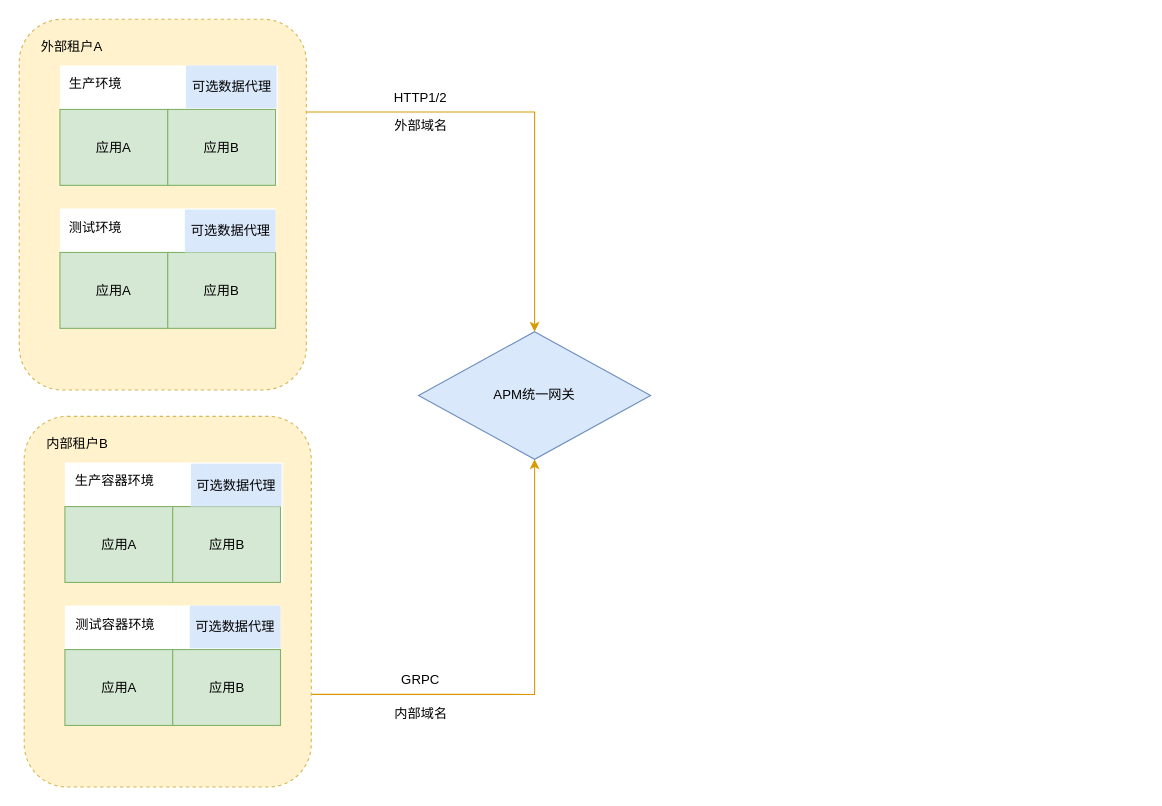
sunface/draw.io keeps this draw.io diagram as Untitled Diagram.drawio. Above is the earlier version. Source tidied: cells renumbered, new cells numbered last; positions are measured from the earlier drawing's top-left corner, leaving out a move shared by most shapes. Both pictures are drawn from the tidied source at 110%, with x=0, y=0 at pixel (19, 19).
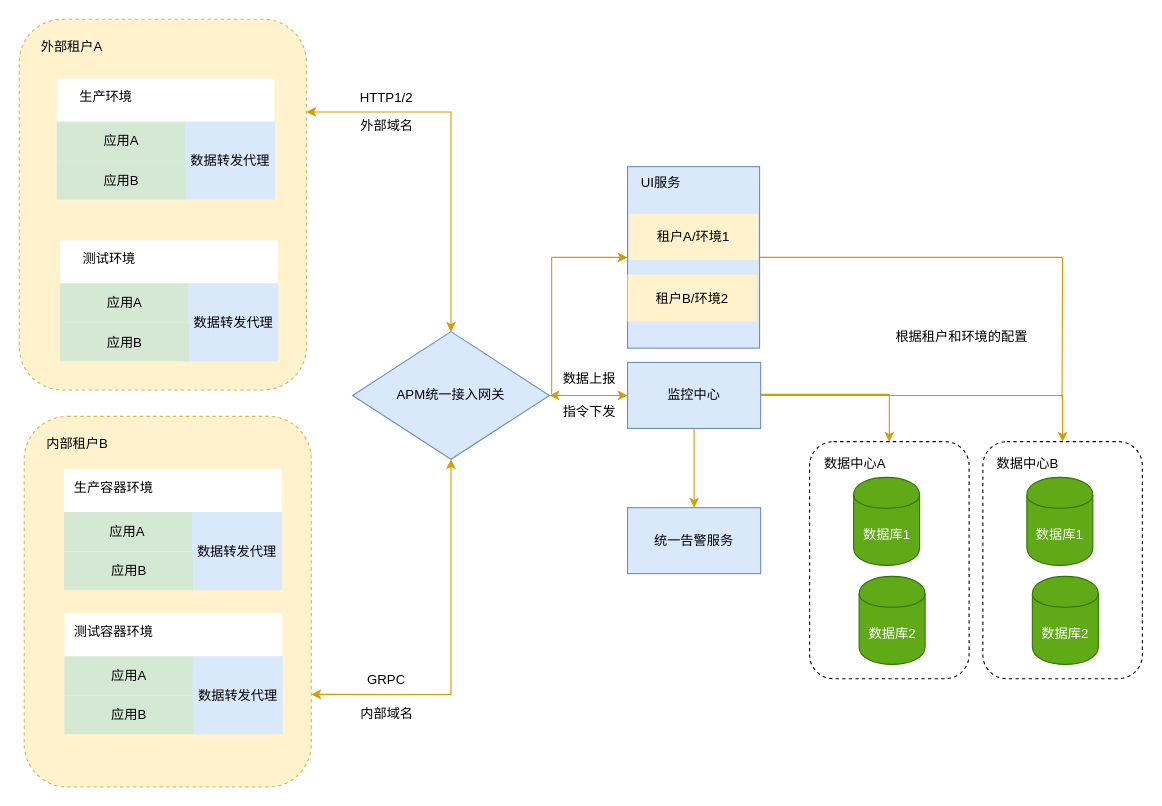
The same diagram, later.

Unchanged cells that the change refers to:
```xml
<mxCell id="3" style="rounded=1;whiteSpace=wrap;html=1;dashed=1;fillColor=#fff2cc;strokeColor=#d6b656;" parent="1" vertex="1">
  <mxGeometry width="261" height="337" as="geometry" />
</mxCell>
<mxCell id="14" style="rounded=1;whiteSpace=wrap;html=1;dashed=1;fillColor=#fff2cc;strokeColor=#d6b656;" parent="1" vertex="1">
  <mxGeometry x="4.5" y="361" width="261" height="337" as="geometry" />
</mxCell>
```

The edit, as a diff of the source:
```diff
@@
-    <mxCell id="2" style="edgeStyle=orthogonalEdgeStyle;rounded=0;jettySize=auto;html=1;exitX=1;exitY=0.25;exitDx=0;exitDy=0;entryX=0.5;entryY=0;entryDx=0;entryDy=0;fillColor=#ffe6cc;strokeColor=#d79b00;" parent="1" edge="1" source="3" target="24">
+    <mxCell id="2" style="edgeStyle=orthogonalEdgeStyle;rounded=0;jettySize=auto;html=1;exitX=1;exitY=0.25;exitDx=0;exitDy=0;entryX=0.5;entryY=0;entryDx=0;entryDy=0;fillColor=#ffe6cc;strokeColor=#d79b00;startArrow=classic;startFill=1;" parent="1" edge="1" source="3" target="24">
       <mxGeometry relative="1" as="geometry" />
     </mxCell>
@@
-    <mxCell id="5" style="rounded=0;whiteSpace=wrap;html=1;dashed=1;strokeColor=none;" parent="1" vertex="1">
-      <mxGeometry x="37" y="42" width="198" height="109" as="geometry" />
-    </mxCell>
-    <mxCell id="6" value="生产环境" style="text;html=1;strokeColor=none;fillColor=none;align=center;verticalAlign=middle;whiteSpace=wrap;rounded=0;dashed=1;" parent="1" vertex="1">
-      <mxGeometry x="43" y="49" width="53" height="20" as="geometry" />
-    </mxCell>
-    <mxCell id="7" style="rounded=0;whiteSpace=wrap;html=1;dashed=1;strokeColor=none;" parent="1" vertex="1">
-      <mxGeometry x="37" y="172" width="196" height="109" as="geometry" />
-    </mxCell>
-    <mxCell id="8" value="测试环境" style="text;html=1;strokeColor=none;fillColor=none;align=center;verticalAlign=middle;whiteSpace=wrap;rounded=0;dashed=1;" parent="1" vertex="1">
-      <mxGeometry x="43" y="180" width="53" height="20" as="geometry" />
-    </mxCell>
-    <mxCell id="9" value="应用A" style="rounded=0;whiteSpace=wrap;html=1;fillColor=#d5e8d4;strokeColor=#82b366;" parent="1" vertex="1">
-      <mxGeometry x="37" y="82" width="98" height="69" as="geometry" />
-    </mxCell>
-    <mxCell id="10" value="应用B" style="rounded=0;whiteSpace=wrap;html=1;fillColor=#d5e8d4;strokeColor=#82b366;" parent="1" vertex="1">
-      <mxGeometry x="135" y="82" width="98" height="69" as="geometry" />
-    </mxCell>
-    <mxCell id="11" value="应用A" style="rounded=0;whiteSpace=wrap;html=1;fillColor=#d5e8d4;strokeColor=#82b366;" parent="1" vertex="1">
-      <mxGeometry x="37" y="212" width="98" height="69" as="geometry" />
-    </mxCell>
-    <mxCell id="12" value="应用B" style="rounded=0;whiteSpace=wrap;html=1;fillColor=#d5e8d4;strokeColor=#82b366;" parent="1" vertex="1">
-      <mxGeometry x="135" y="212" width="98" height="69" as="geometry" />
-    </mxCell>
-    <mxCell id="13" style="edgeStyle=orthogonalEdgeStyle;rounded=0;jettySize=auto;html=1;exitX=1;exitY=0.75;exitDx=0;exitDy=0;entryX=0.5;entryY=1;entryDx=0;entryDy=0;fillColor=#ffe6cc;strokeColor=#d79b00;" parent="1" edge="1" source="14" target="24">
+    <mxCell id="13" style="edgeStyle=orthogonalEdgeStyle;rounded=0;jettySize=auto;html=1;exitX=1;exitY=0.75;exitDx=0;exitDy=0;entryX=0.5;entryY=1;entryDx=0;entryDy=0;fillColor=#ffe6cc;strokeColor=#d79b00;startArrow=classic;startFill=1;" parent="1" edge="1" source="14" target="24">
       <mxGeometry relative="1" as="geometry" />
     </mxCell>
@@
     <mxCell id="16" style="rounded=0;whiteSpace=wrap;html=1;dashed=1;strokeColor=none;" parent="1" vertex="1">
-      <mxGeometry x="41.5" y="403" width="198" height="109" as="geometry" />
+      <mxGeometry x="40.5" y="409" width="198" height="109" as="geometry" />
     </mxCell>
     <mxCell id="17" value="生产容器环境" style="text;html=1;strokeColor=none;fillColor=none;align=center;verticalAlign=middle;whiteSpace=wrap;rounded=0;dashed=1;" parent="1" vertex="1">
-      <mxGeometry x="47.5" y="410" width="77.5" height="20" as="geometry" />
+      <mxGeometry x="46.5" y="416" width="77.5" height="20" as="geometry" />
     </mxCell>
-    <mxCell id="18" style="rounded=0;whiteSpace=wrap;html=1;dashed=1;strokeColor=none;" parent="1" vertex="1">
-      <mxGeometry x="41.5" y="533" width="196" height="109" as="geometry" />
-    </mxCell>
-    <mxCell id="19" value="测试容器环境" style="text;html=1;strokeColor=none;fillColor=none;align=center;verticalAlign=middle;whiteSpace=wrap;rounded=0;dashed=1;" parent="1" vertex="1">
-      <mxGeometry x="47.5" y="541" width="78.5" height="20" as="geometry" />
-    </mxCell>
-    <mxCell id="20" value="应用A" style="rounded=0;whiteSpace=wrap;html=1;fillColor=#d5e8d4;strokeColor=#82b366;" parent="1" vertex="1">
-      <mxGeometry x="41.5" y="443" width="98" height="69" as="geometry" />
+    <mxCell id="20" value="应用A&amp;nbsp;" style="rounded=0;whiteSpace=wrap;html=1;fillColor=#d5e8d4;strokeColor=none;" parent="1" vertex="1">
+      <mxGeometry x="40.5" y="448" width="117.5" height="36" as="geometry" />
     </mxCell>
-    <mxCell id="21" value="应用B" style="rounded=0;whiteSpace=wrap;html=1;fillColor=#d5e8d4;strokeColor=#82b366;" parent="1" vertex="1">
-      <mxGeometry x="139.5" y="443" width="98" height="69" as="geometry" />
-    </mxCell>
-    <mxCell id="22" value="应用A" style="rounded=0;whiteSpace=wrap;html=1;fillColor=#d5e8d4;strokeColor=#82b366;" parent="1" vertex="1">
-      <mxGeometry x="41.5" y="573" width="98" height="69" as="geometry" />
-    </mxCell>
-    <mxCell id="23" value="应用B" style="rounded=0;whiteSpace=wrap;html=1;fillColor=#d5e8d4;strokeColor=#82b366;" parent="1" vertex="1">
-      <mxGeometry x="139.5" y="573" width="98" height="69" as="geometry" />
-    </mxCell>
+    <mxCell id="33" style="edgeStyle=orthogonalEdgeStyle;rounded=0;jettySize=auto;html=1;entryX=0;entryY=0.5;entryDx=0;entryDy=0;startArrow=classic;startFill=1;endArrow=classic;endFill=1;fillColor=#ffe6cc;strokeColor=#d79b00;" parent="1" edge="1" source="24" target="50">
+      <mxGeometry relative="1" as="geometry" />
+    </mxCell>
+    <mxCell id="34" style="edgeStyle=orthogonalEdgeStyle;rounded=0;jettySize=auto;html=1;entryX=0;entryY=0.5;entryDx=0;entryDy=0;startArrow=none;startFill=0;endArrow=classic;endFill=1;fillColor=#ffe6cc;strokeColor=#d79b00;" parent="1" edge="1" target="65">
+      <mxGeometry relative="1" as="geometry">
+        <mxPoint x="484" y="341" as="sourcePoint" />
+        <Array as="points">
+          <mxPoint x="484" y="321" />
+          <mxPoint x="484" y="216" />
+        </Array>
+      </mxGeometry>
+    </mxCell>
-    <mxCell id="24" value="APM统一网关" style="rhombus;whiteSpace=wrap;html=1;fillColor=#dae8fc;strokeColor=#6c8ebf;" parent="1" vertex="1">
-      <mxGeometry x="363" y="284" width="211" height="116" as="geometry" />
+    <mxCell id="24" value="APM统一接入网关" style="rhombus;whiteSpace=wrap;html=1;fillColor=#dae8fc;strokeColor=#6c8ebf;" parent="1" vertex="1">
+      <mxGeometry x="303" y="284" width="179" height="116" as="geometry" />
     </mxCell>
     <mxCell id="25" value="HTTP1/2" style="text;html=1;strokeColor=none;fillColor=none;align=center;verticalAlign=middle;whiteSpace=wrap;rounded=0;" parent="1" vertex="1">
-      <mxGeometry x="345" y="62" width="40" height="20" as="geometry" />
+      <mxGeometry x="314" y="62" width="40" height="20" as="geometry" />
     </mxCell>
     <mxCell id="26" value="外部域名" style="text;html=1;strokeColor=none;fillColor=none;align=center;verticalAlign=middle;whiteSpace=wrap;rounded=0;" parent="1" vertex="1">
-      <mxGeometry x="338.5" y="86.5" width="53" height="20" as="geometry" />
+      <mxGeometry x="307.5" y="86.5" width="53" height="20" as="geometry" />
     </mxCell>
     <mxCell id="27" value="GRPC" style="text;html=1;strokeColor=none;fillColor=none;align=center;verticalAlign=middle;whiteSpace=wrap;rounded=0;" parent="1" vertex="1">
-      <mxGeometry x="345" y="591" width="40" height="20" as="geometry" />
+      <mxGeometry x="314" y="591" width="40" height="20" as="geometry" />
     </mxCell>
     <mxCell id="28" value="内部域名" style="text;html=1;strokeColor=none;fillColor=none;align=center;verticalAlign=middle;whiteSpace=wrap;rounded=0;" parent="1" vertex="1">
-      <mxGeometry x="338.5" y="622" width="53" height="20" as="geometry" />
+      <mxGeometry x="307.5" y="622" width="53" height="20" as="geometry" />
     </mxCell>
-    <mxCell id="29" value="可选数据代理" style="rounded=0;whiteSpace=wrap;html=1;fillColor=#dae8fc;strokeColor=none;" parent="1" vertex="1">
-      <mxGeometry x="151.5" y="42" width="82.5" height="39" as="geometry" />
-    </mxCell>
-    <mxCell id="30" value="可选数据代理" style="rounded=0;whiteSpace=wrap;html=1;fillColor=#dae8fc;strokeColor=none;" parent="1" vertex="1">
-      <mxGeometry x="150.5" y="173" width="82.5" height="39" as="geometry" />
-    </mxCell>
-    <mxCell id="31" value="可选数据代理" style="rounded=0;whiteSpace=wrap;html=1;fillColor=#dae8fc;strokeColor=none;" parent="1" vertex="1">
-      <mxGeometry x="156" y="404" width="82.5" height="39" as="geometry" />
+    <mxCell id="31" value="数据转发代理" style="rounded=0;whiteSpace=wrap;html=1;fillColor=#dae8fc;strokeColor=none;" parent="1" vertex="1">
+      <mxGeometry x="157" y="448" width="82" height="71" as="geometry" />
     </mxCell>
-    <mxCell id="32" value="可选数据代理" style="rounded=0;whiteSpace=wrap;html=1;fillColor=#dae8fc;strokeColor=none;" parent="1" vertex="1">
-      <mxGeometry x="155" y="533" width="82.5" height="39" as="geometry" />
-    </mxCell>
+    <mxCell id="35" value="应用B" style="rounded=0;whiteSpace=wrap;html=1;fillColor=#d5e8d4;strokeColor=none;" parent="1" vertex="1">
+      <mxGeometry x="40.5" y="484" width="117.5" height="35" as="geometry" />
+    </mxCell>
+    <mxCell id="36" style="rounded=0;whiteSpace=wrap;html=1;dashed=1;strokeColor=none;" parent="1" vertex="1">
+      <mxGeometry x="41" y="540" width="198" height="109" as="geometry" />
+    </mxCell>
+    <mxCell id="19" value="测试容器环境" style="text;html=1;strokeColor=none;fillColor=none;align=center;verticalAlign=middle;whiteSpace=wrap;rounded=0;dashed=1;" parent="1" vertex="1">
+      <mxGeometry x="47" y="547" width="77.5" height="20" as="geometry" />
+    </mxCell>
+    <mxCell id="37" value="应用A" style="rounded=0;whiteSpace=wrap;html=1;fillColor=#d5e8d4;strokeColor=none;" parent="1" vertex="1">
+      <mxGeometry x="41" y="579" width="117.5" height="36" as="geometry" />
+    </mxCell>
+    <mxCell id="38" value="数据转发代理" style="rounded=0;whiteSpace=wrap;html=1;fillColor=#dae8fc;strokeColor=none;" parent="1" vertex="1">
+      <mxGeometry x="157.5" y="579" width="82" height="71" as="geometry" />
+    </mxCell>
+    <mxCell id="39" value="应用B" style="rounded=0;whiteSpace=wrap;html=1;fillColor=#d5e8d4;strokeColor=none;" parent="1" vertex="1">
+      <mxGeometry x="41" y="615" width="117.5" height="35" as="geometry" />
+    </mxCell>
+    <mxCell id="40" style="rounded=0;whiteSpace=wrap;html=1;dashed=1;strokeColor=none;" parent="1" vertex="1">
+      <mxGeometry x="37" y="201" width="198" height="109" as="geometry" />
+    </mxCell>
+    <mxCell id="8" value="测试环境" style="text;html=1;strokeColor=none;fillColor=none;align=center;verticalAlign=middle;whiteSpace=wrap;rounded=0;dashed=1;" parent="1" vertex="1">
+      <mxGeometry x="43" y="208" width="77.5" height="20" as="geometry" />
+    </mxCell>
+    <mxCell id="41" value="应用A" style="rounded=0;whiteSpace=wrap;html=1;fillColor=#d5e8d4;strokeColor=none;" parent="1" vertex="1">
+      <mxGeometry x="37" y="240" width="117.5" height="36" as="geometry" />
+    </mxCell>
+    <mxCell id="42" value="数据转发代理" style="rounded=0;whiteSpace=wrap;html=1;fillColor=#dae8fc;strokeColor=none;" parent="1" vertex="1">
+      <mxGeometry x="153.5" y="240" width="82" height="71" as="geometry" />
+    </mxCell>
+    <mxCell id="43" value="应用B" style="rounded=0;whiteSpace=wrap;html=1;fillColor=#d5e8d4;strokeColor=none;" parent="1" vertex="1">
+      <mxGeometry x="37" y="276" width="117.5" height="35" as="geometry" />
+    </mxCell>
+    <mxCell id="44" style="rounded=0;whiteSpace=wrap;html=1;dashed=1;strokeColor=none;" parent="1" vertex="1">
+      <mxGeometry x="34" y="54" width="198" height="109" as="geometry" />
+    </mxCell>
+    <mxCell id="6" value="生产环境" style="text;html=1;strokeColor=none;fillColor=none;align=center;verticalAlign=middle;whiteSpace=wrap;rounded=0;dashed=1;" parent="1" vertex="1">
+      <mxGeometry x="40" y="61" width="77.5" height="20" as="geometry" />
+    </mxCell>
+    <mxCell id="45" value="应用A" style="rounded=0;whiteSpace=wrap;html=1;fillColor=#d5e8d4;strokeColor=none;" parent="1" vertex="1">
+      <mxGeometry x="34" y="93" width="117.5" height="36" as="geometry" />
+    </mxCell>
+    <mxCell id="46" value="数据转发代理" style="rounded=0;whiteSpace=wrap;html=1;fillColor=#dae8fc;strokeColor=none;" parent="1" vertex="1">
+      <mxGeometry x="150.5" y="93" width="82" height="71" as="geometry" />
+    </mxCell>
+    <mxCell id="47" value="应用B" style="rounded=0;whiteSpace=wrap;html=1;fillColor=#d5e8d4;strokeColor=none;" parent="1" vertex="1">
+      <mxGeometry x="34" y="129" width="117.5" height="35" as="geometry" />
+    </mxCell>
+    <mxCell id="48" style="edgeStyle=orthogonalEdgeStyle;rounded=0;jettySize=auto;html=1;entryX=0.5;entryY=0;entryDx=0;entryDy=0;fillColor=#ffe6cc;strokeColor=#d79b00;" parent="1" edge="1" source="50" target="56">
+      <mxGeometry relative="1" as="geometry">
+        <Array as="points">
+          <mxPoint x="791" y="341" />
+        </Array>
+      </mxGeometry>
+    </mxCell>
+    <mxCell id="49" style="edgeStyle=orthogonalEdgeStyle;rounded=0;jettySize=auto;html=1;entryX=0.5;entryY=0;entryDx=0;entryDy=0;startArrow=none;startFill=0;endArrow=classic;endFill=1;fillColor=#ffe6cc;strokeColor=#d79b00;" parent="1" edge="1" source="50" target="61">
+      <mxGeometry relative="1" as="geometry" />
+    </mxCell>
+    <mxCell id="50" value="监控中心" style="rounded=0;whiteSpace=wrap;html=1;fillColor=#dae8fc;strokeColor=#6c8ebf;" parent="1" vertex="1">
+      <mxGeometry x="553" y="312" width="121" height="60" as="geometry" />
+    </mxCell>
+    <mxCell id="51" style="edgeStyle=orthogonalEdgeStyle;rounded=0;jettySize=auto;html=1;exitX=0.5;exitY=0;exitDx=0;exitDy=0;entryX=1;entryY=0.5;entryDx=0;entryDy=0;startArrow=classic;startFill=1;endArrow=none;endFill=0;fillColor=#ffe6cc;strokeColor=#d79b00;" parent="1" edge="1" source="52" target="50">
+      <mxGeometry relative="1" as="geometry" />
+    </mxCell>
+    <mxCell id="52" style="rounded=1;whiteSpace=wrap;html=1;fillColor=#ffffff;dashed=1;" parent="1" vertex="1">
+      <mxGeometry x="876" y="384" width="145" height="215.5" as="geometry" />
+    </mxCell>
+    <mxCell id="53" value="数据中心B" style="text;html=1;strokeColor=none;fillColor=none;align=center;verticalAlign=middle;whiteSpace=wrap;rounded=0;dashed=1;" parent="1" vertex="1">
+      <mxGeometry x="885" y="393.5" width="64" height="20" as="geometry" />
+    </mxCell>
+    <mxCell id="54" value="数据库1" style="shape=cylinder;whiteSpace=wrap;html=1;boundedLbl=1;backgroundOutline=1;fillColor=#60a917;strokeColor=#2D7600;fontColor=#ffffff;" parent="1" vertex="1">
+      <mxGeometry x="916" y="416.5" width="60" height="80" as="geometry" />
+    </mxCell>
+    <mxCell id="55" value="数据库2" style="shape=cylinder;whiteSpace=wrap;html=1;boundedLbl=1;backgroundOutline=1;fillColor=#60a917;strokeColor=#2D7600;fontColor=#ffffff;" parent="1" vertex="1">
+      <mxGeometry x="921" y="506.5" width="60" height="80" as="geometry" />
+    </mxCell>
+    <mxCell id="56" style="rounded=1;whiteSpace=wrap;html=1;fillColor=#ffffff;dashed=1;" parent="1" vertex="1">
+      <mxGeometry x="718.5" y="384" width="145" height="215.5" as="geometry" />
+    </mxCell>
+    <mxCell id="57" value="数据中心A" style="text;html=1;strokeColor=none;fillColor=none;align=center;verticalAlign=middle;whiteSpace=wrap;rounded=0;dashed=1;" parent="1" vertex="1">
+      <mxGeometry x="727.5" y="393.5" width="64" height="20" as="geometry" />
+    </mxCell>
+    <mxCell id="58" value="数据库1" style="shape=cylinder;whiteSpace=wrap;html=1;boundedLbl=1;backgroundOutline=1;fillColor=#60a917;strokeColor=#2D7600;fontColor=#ffffff;" parent="1" vertex="1">
+      <mxGeometry x="758.5" y="416.5" width="60" height="80" as="geometry" />
+    </mxCell>
+    <mxCell id="59" value="数据库2" style="shape=cylinder;whiteSpace=wrap;html=1;boundedLbl=1;backgroundOutline=1;fillColor=#60a917;strokeColor=#2D7600;fontColor=#ffffff;" parent="1" vertex="1">
+      <mxGeometry x="763.5" y="506.5" width="60" height="80" as="geometry" />
+    </mxCell>
+    <mxCell id="60" value="根据租户和环境的配置" style="text;html=1;strokeColor=none;fillColor=none;align=center;verticalAlign=middle;whiteSpace=wrap;rounded=0;" parent="1" vertex="1">
+      <mxGeometry x="793" y="279" width="128" height="20" as="geometry" />
+    </mxCell>
+    <mxCell id="61" value="统一告警服务" style="rounded=0;whiteSpace=wrap;html=1;fillColor=#dae8fc;strokeColor=#6c8ebf;" parent="1" vertex="1">
+      <mxGeometry x="553" y="444" width="121" height="60" as="geometry" />
+    </mxCell>
+    <mxCell id="62" value="数据上报" style="text;html=1;strokeColor=none;fillColor=none;align=center;verticalAlign=middle;whiteSpace=wrap;rounded=0;" parent="1" vertex="1">
+      <mxGeometry x="492" y="317" width="53" height="20" as="geometry" />
+    </mxCell>
+    <mxCell id="63" value="指令下发" style="text;html=1;strokeColor=none;fillColor=none;align=center;verticalAlign=middle;whiteSpace=wrap;rounded=0;" parent="1" vertex="1">
+      <mxGeometry x="492" y="347" width="53" height="20" as="geometry" />
+    </mxCell>
+    <mxCell id="64" style="edgeStyle=orthogonalEdgeStyle;rounded=0;jettySize=auto;html=1;startArrow=none;startFill=0;endArrow=none;endFill=0;fillColor=#ffe6cc;strokeColor=#d79b00;" parent="1" edge="1" source="65">
+      <mxGeometry relative="1" as="geometry">
+        <mxPoint x="948" y="344.4" as="targetPoint" />
+      </mxGeometry>
+    </mxCell>
+    <mxCell id="65" style="rounded=0;whiteSpace=wrap;html=1;fillColor=#dae8fc;strokeColor=#6c8ebf;" parent="1" vertex="1">
+      <mxGeometry x="553" y="134" width="120" height="165" as="geometry" />
+    </mxCell>
+    <mxCell id="66" value="UI服务" style="text;html=1;strokeColor=none;fillColor=none;align=center;verticalAlign=middle;whiteSpace=wrap;rounded=0;" parent="1" vertex="1">
+      <mxGeometry x="557" y="139" width="53" height="20" as="geometry" />
+    </mxCell>
+    <mxCell id="67" value="租户A/环境1" style="rounded=0;whiteSpace=wrap;html=1;fillColor=#fff2cc;strokeColor=none;" parent="1" vertex="1">
+      <mxGeometry x="554.2" y="177" width="117.5" height="42" as="geometry" />
+    </mxCell>
+    <mxCell id="68" value="租户B/环境2" style="rounded=0;whiteSpace=wrap;html=1;fillColor=#fff2cc;strokeColor=none;" parent="1" vertex="1">
+      <mxGeometry x="553" y="232" width="117.5" height="43" as="geometry" />
+    </mxCell>
```
